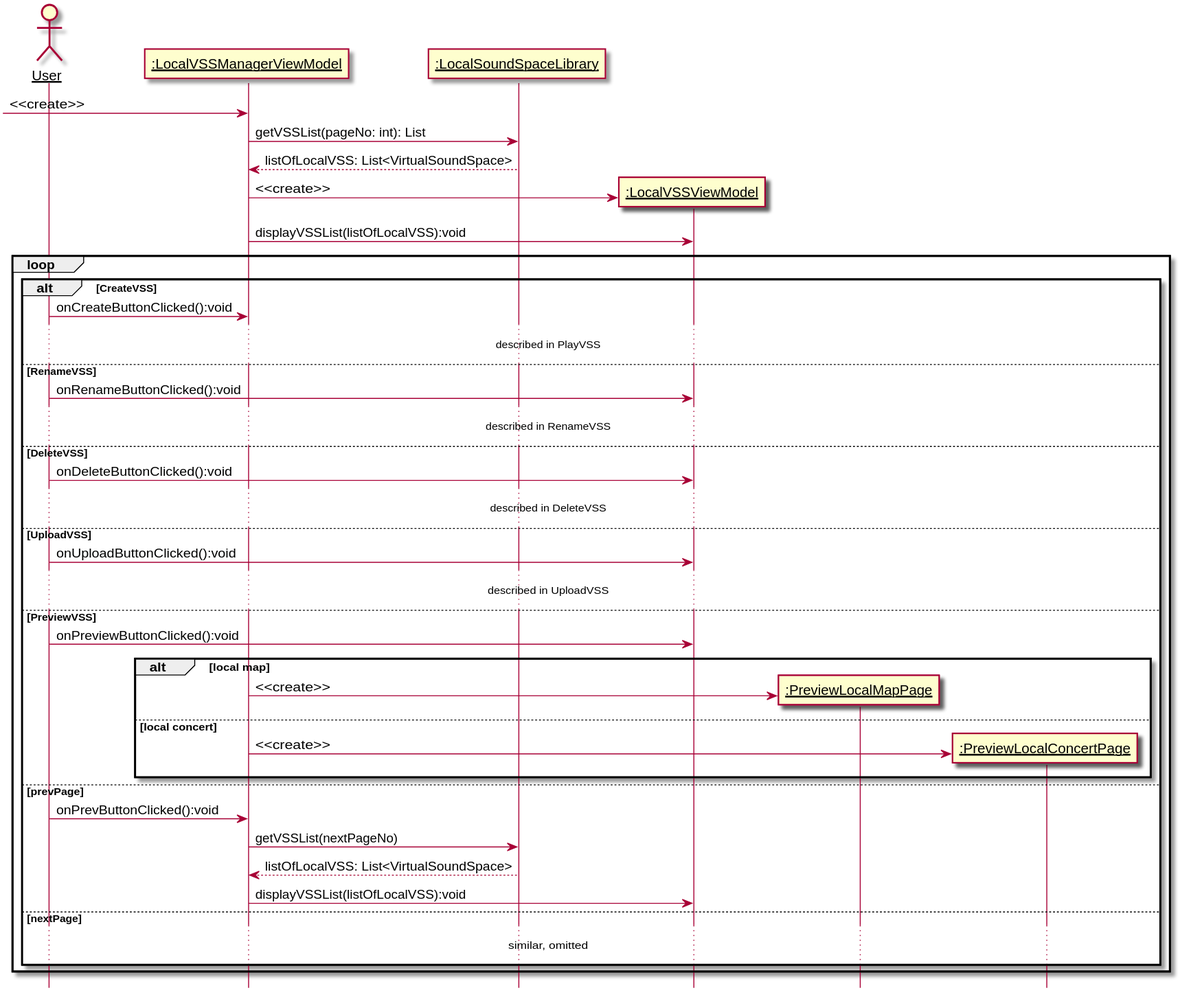
The PlantUML diagram 设计/Diagrams/ManageLocalVSSLibrary.svg in kpp19920121/doc, before a commit.
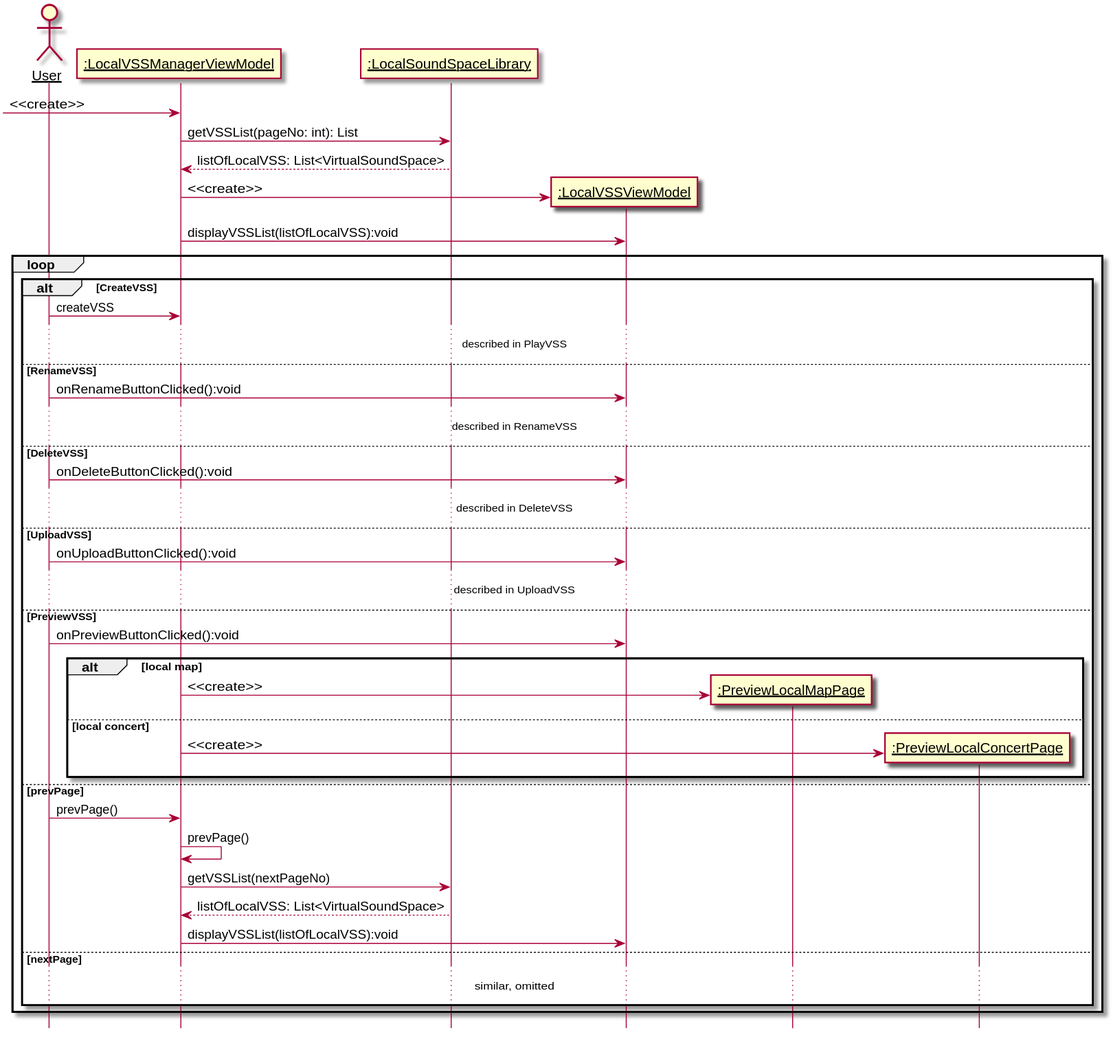
Above is the later version.

Change to the diagram source:
```diff
@@ -17,7 +17,7 @@
 
 loop
     alt CreateVSS
-        user -> boundary: onCreateButtonClicked():void
+        user -> boundary: createVSS
         ...described in PlayVSS...
     else RenameVSS
         user -> lvvw: onRenameButtonClicked():void
@@ -41,7 +41,8 @@
             boundary -> plcp: <<create>>
         end
     else prevPage
-        user -> boundary: onPrevButtonClicked():void
+        user -> boundary: prevPage()
+        boundary -> boundary: prevPage()
         boundary -> library: getVSSList(nextPageNo)
         library --> boundary: listOfLocalVSS: List<VirtualSoundSpace>
         boundary -> lvvw: displayVSSList(listOfLocalVSS):void
```
